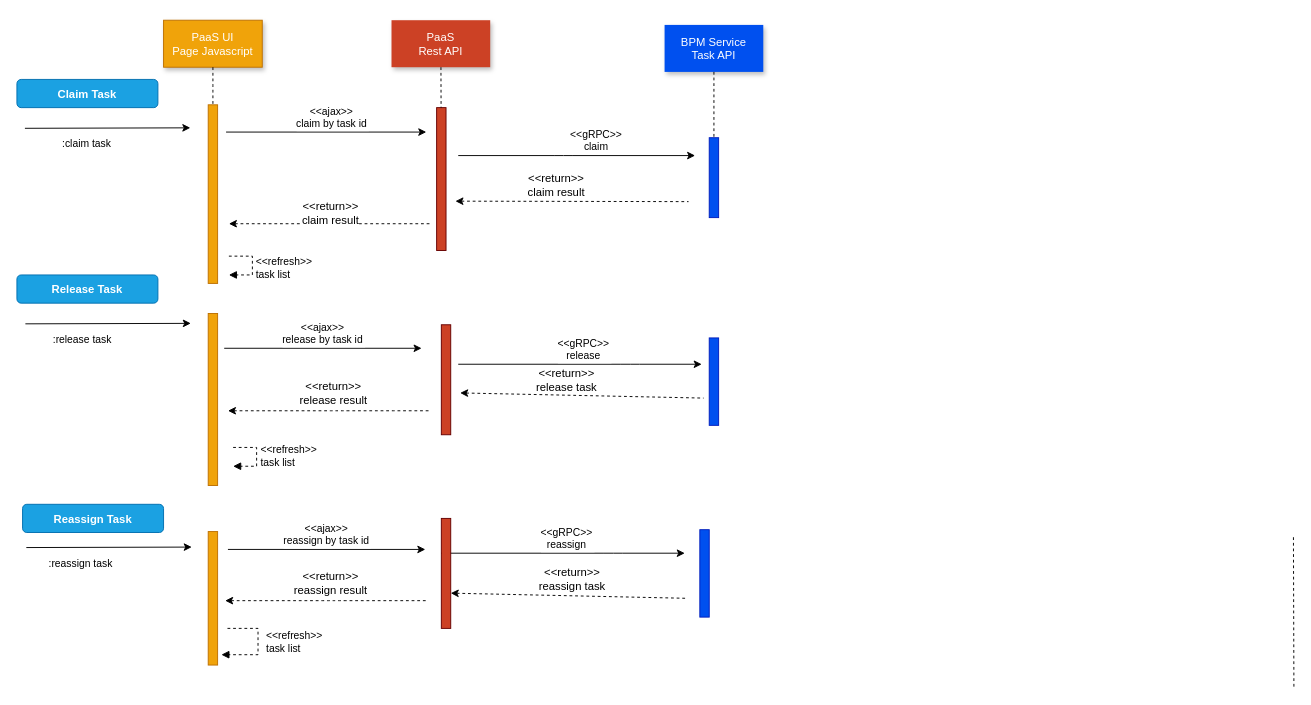
Above: code/Seq_task_operation.drawio in meadlai/java8 (draw.io), before the change. Source tidied: cells renumbered, new cells numbered last; positions are measured from the earlier drawing's top-left corner, leaving out a move shared by most shapes. Both pictures are drawn from the tidied source at 94%, with x=0, y=0 at pixel (16, 20).
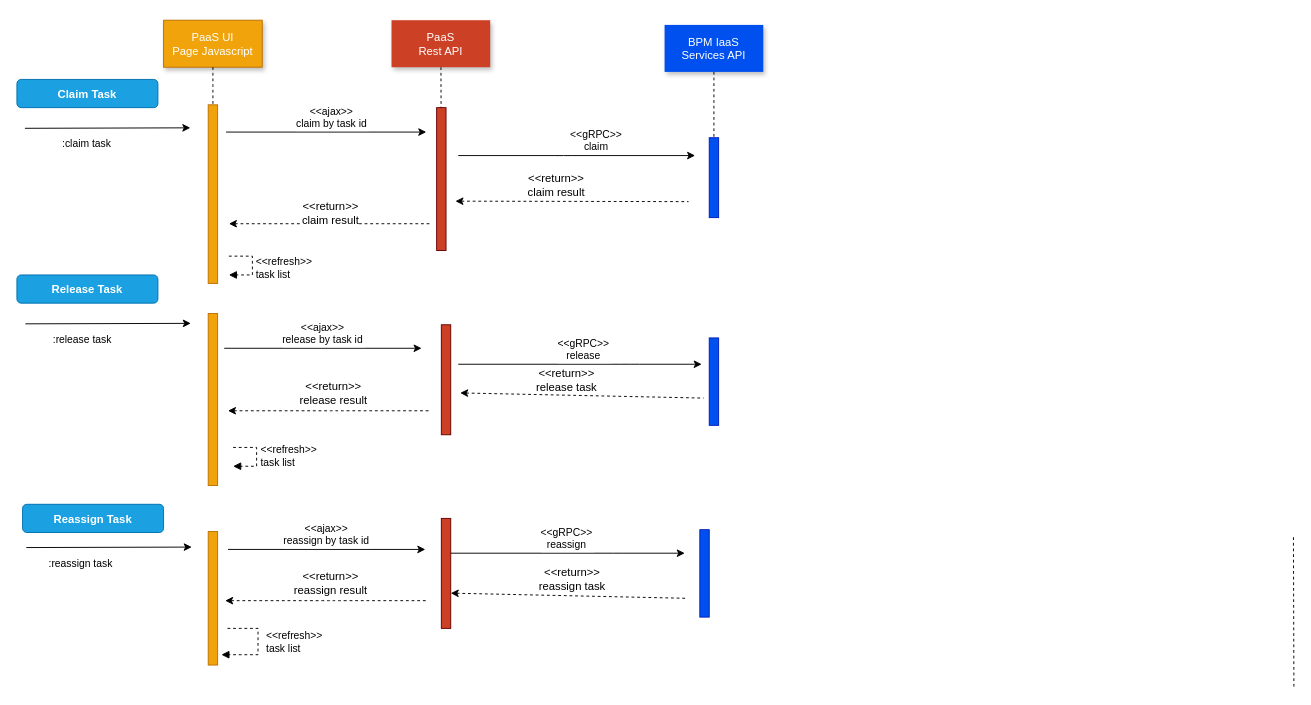
After the change.

The edit, as a diff of the source:
```diff
@@
-    <mxCell id="12" value="BPM Service&#10;Task API" style="shadow=1;fillColor=#0050EF;strokeColor=none;fontColor=#FFFFFF;" parent="1" vertex="1">
+    <mxCell id="12" value="BPM IaaS&#10;Services API" style="shadow=1;fillColor=#0050EF;strokeColor=none;fontColor=#FFFFFF;" parent="1" vertex="1">
       <mxGeometry x="689.5" y="5" width="105" height="50" as="geometry" />
     </mxCell>
```
